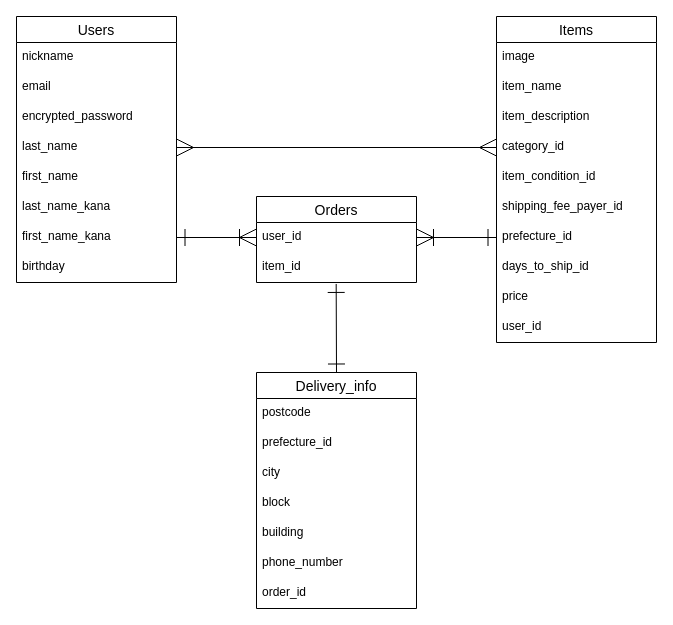
The draw.io diagram furima.dio in kazzz8/furima-24747, before the edit. Source tidied: cells renumbered, new cells numbered last; positions are measured from the earlier drawing's top-left corner, leaving out a move shared by most shapes. Both pictures are drawn from the tidied source at 100%, with x=0, y=0 at pixel (16, 16).
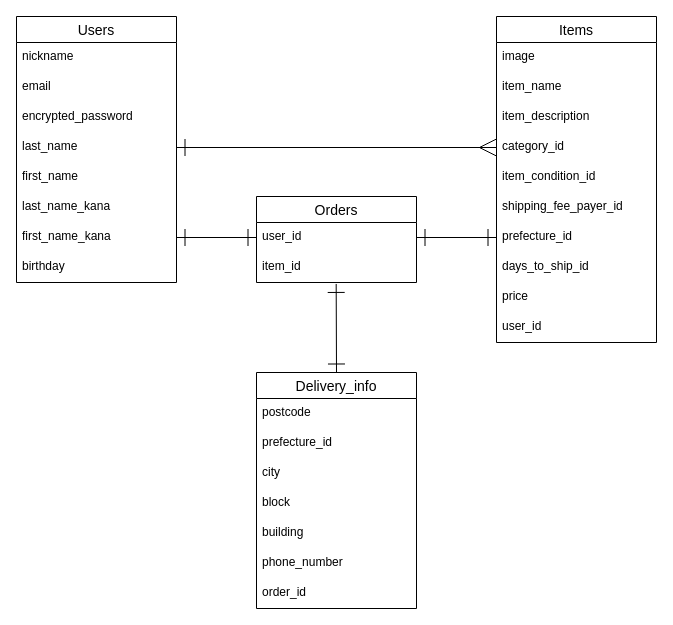
The same diagram, later.

Commit message (it also covers changes not shown here):
データベース設計 修正2回目

Unchanged cells that the change refers to:
```xml
<mxCell id="6" value="last_name" style="text;strokeColor=none;fillColor=none;spacingLeft=4;spacingRight=4;overflow=hidden;points=[[0,0.5],[1,0.5]];portConstraint=eastwest;fontSize=12;" parent="2" vertex="1">
  <mxGeometry y="116" width="160" height="30" as="geometry" />
</mxCell>
<mxCell id="9" value="first_name_kana" style="text;strokeColor=none;fillColor=none;spacingLeft=4;spacingRight=4;overflow=hidden;points=[[0,0.5],[1,0.5]];portConstraint=eastwest;fontSize=12;" parent="2" vertex="1">
  <mxGeometry y="206" width="160" height="30" as="geometry" />
</mxCell>
<mxCell id="15" value="category_id" style="text;strokeColor=none;fillColor=none;spacingLeft=4;spacingRight=4;overflow=hidden;points=[[0,0.5],[1,0.5]];portConstraint=eastwest;fontSize=12;" parent="11" vertex="1">
  <mxGeometry y="116" width="160" height="30" as="geometry" />
</mxCell>
<mxCell id="18" value="prefecture_id" style="text;strokeColor=none;fillColor=none;spacingLeft=4;spacingRight=4;overflow=hidden;points=[[0,0.5],[1,0.5]];portConstraint=eastwest;fontSize=12;" parent="11" vertex="1">
  <mxGeometry y="206" width="160" height="30" as="geometry" />
</mxCell>
<mxCell id="33" value="user_id" style="text;strokeColor=none;fillColor=none;spacingLeft=4;spacingRight=4;overflow=hidden;points=[[0,0.5],[1,0.5]];portConstraint=eastwest;fontSize=12;" parent="32" vertex="1">
  <mxGeometry y="26" width="160" height="30" as="geometry" />
</mxCell>
```

What changed in the source:
```diff
@@
-    <mxCell id="31" style="edgeStyle=none;html=1;exitX=1;exitY=0.5;exitDx=0;exitDy=0;endArrow=ERmany;endFill=0;startArrow=ERmany;startFill=0;endSize=15;startSize=15;" parent="1" edge="1" source="6" target="15">
+    <mxCell id="31" style="edgeStyle=none;html=1;exitX=1;exitY=0.5;exitDx=0;exitDy=0;endArrow=ERmany;endFill=0;startArrow=ERone;startFill=0;endSize=15;startSize=15;" parent="1" edge="1" source="6" target="15">
       <mxGeometry relative="1" as="geometry" />
     </mxCell>
@@
-    <mxCell id="35" style="edgeStyle=none;html=1;exitX=0;exitY=0.5;exitDx=0;exitDy=0;entryX=1;entryY=0.5;entryDx=0;entryDy=0;startArrow=ERone;startFill=0;endArrow=ERoneToMany;endFill=0;endSize=15;startSize=15;" parent="1" edge="1" source="18" target="33">
+    <mxCell id="35" style="edgeStyle=none;html=1;exitX=0;exitY=0.5;exitDx=0;exitDy=0;entryX=1;entryY=0.5;entryDx=0;entryDy=0;startArrow=ERone;startFill=0;endArrow=ERone;endFill=0;endSize=15;startSize=15;" parent="1" edge="1" source="18" target="33">
       <mxGeometry relative="1" as="geometry" />
     </mxCell>
-    <mxCell id="36" style="edgeStyle=none;html=1;exitX=1;exitY=0.5;exitDx=0;exitDy=0;entryX=0;entryY=0.5;entryDx=0;entryDy=0;startArrow=ERone;startFill=0;endArrow=ERoneToMany;endFill=0;endSize=15;startSize=15;" parent="1" edge="1" source="9" target="33">
+    <mxCell id="36" style="edgeStyle=none;html=1;exitX=1;exitY=0.5;exitDx=0;exitDy=0;entryX=0;entryY=0.5;entryDx=0;entryDy=0;startArrow=ERone;startFill=0;endArrow=ERone;endFill=0;endSize=15;startSize=15;" parent="1" edge="1" source="9" target="33">
       <mxGeometry relative="1" as="geometry" />
     </mxCell>
```
